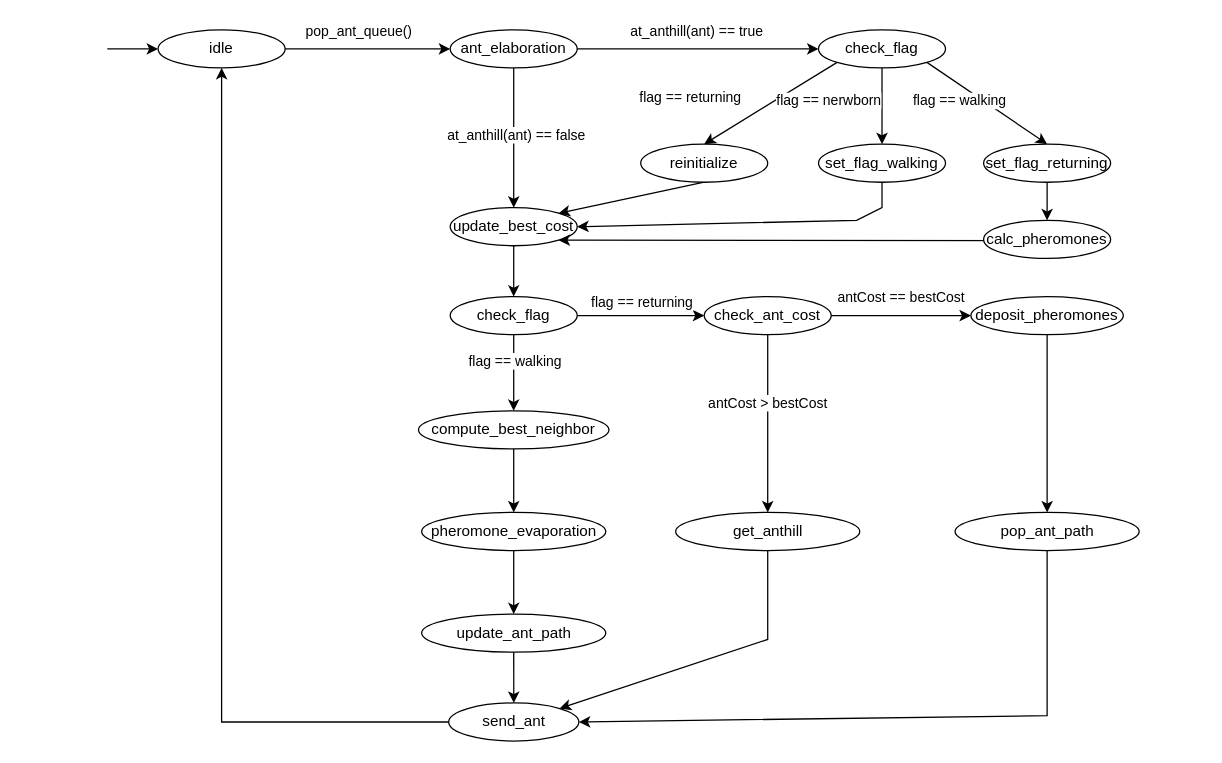
Before: page "ACO automata" (6 of 6) of Relazione/diagrams/sequence_diagrams.drawio in kr0bi/distributed-systems, a draw.io diagram. Source tidied: cells renumbered, new cells numbered last; positions are measured from the earlier drawing's top-left corner, leaving out a move shared by most shapes. Both pictures are drawn from the tidied source at 127%, with x=0, y=0 at pixel (107, 29).
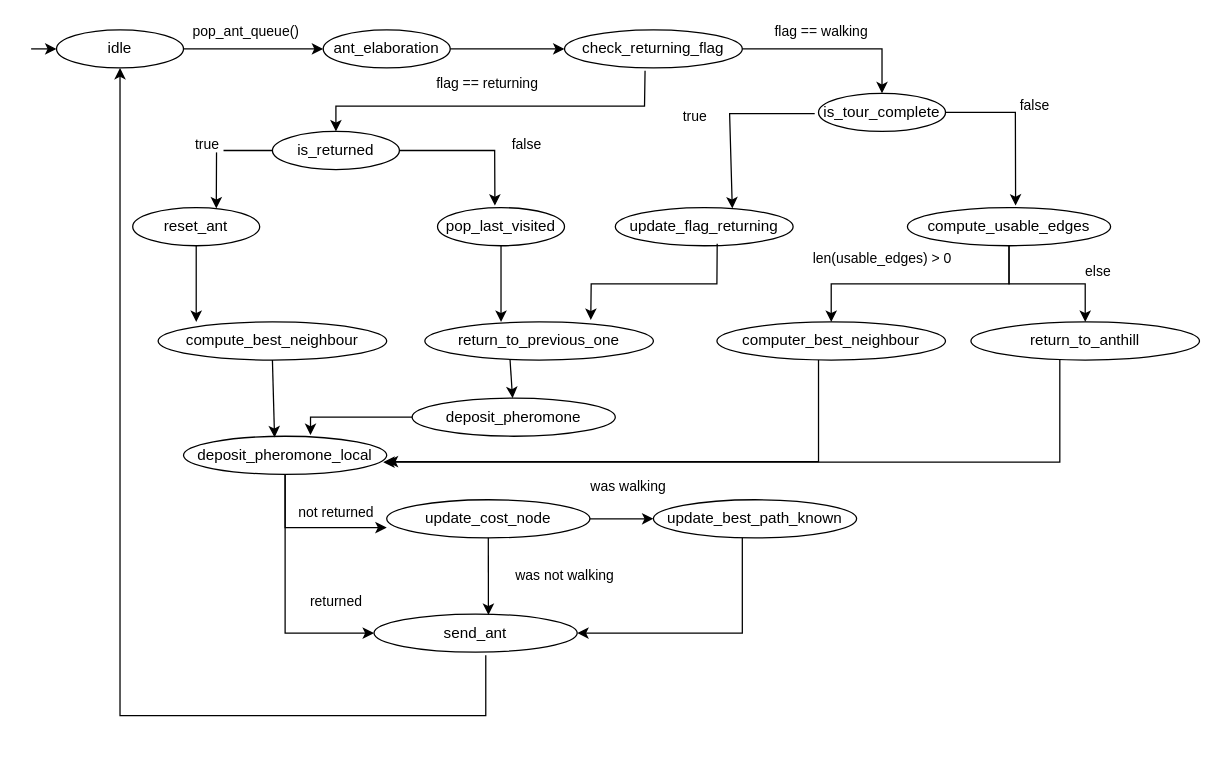
The same diagram, later.

Unchanged cells that the change refers to:
```xml
<mxCell id="6" style="endArrow=classic;html=1;rounded=0;exitX=1;exitY=0.5;exitDx=0;exitDy=0;entryX=0;entryY=0.5;entryDx=0;entryDy=0;" parent="1" edge="1" source="5" target="11">
  <mxGeometry relative="1" as="geometry" />
</mxCell>
```

Diff of the diagram source:
```diff
@@
     <mxCell id="2" value="idle" style="ellipse;whiteSpace=wrap;html=1;" parent="1" vertex="1">
-      <mxGeometry x="40" width="100" height="30" as="geometry" />
+      <mxGeometry x="-40" width="100" height="30" as="geometry" />
     </mxCell>
@@
     <mxCell id="5" value="ant_elaboration" style="ellipse;whiteSpace=wrap;html=1;" parent="1" vertex="1">
-      <mxGeometry x="270" width="100" height="30" as="geometry" />
+      <mxGeometry x="170" width="100" height="30" as="geometry" />
     </mxCell>
@@
-    <mxCell id="7" value="at_anthill(ant) == true" style="edgeLabel;html=1;align=center;verticalAlign=middle;" parent="6" vertex="1">
-      <mxGeometry x="0.41" y="-2" relative="1" as="geometry">
-        <mxPoint x="-41" y="-17" as="offset" />
-      </mxGeometry>
-    </mxCell>
-    <mxCell id="8" style="endArrow=classic;html=1;rounded=0;exitX=0.5;exitY=1;exitDx=0;exitDy=0;entryX=0.5;entryY=0;entryDx=0;entryDy=0;" parent="1" edge="1" source="5" target="10">
-      <mxGeometry relative="1" as="geometry" />
-    </mxCell>
-    <mxCell id="9" value="at_anthill(ant) == false" style="edgeLabel;html=1;align=center;verticalAlign=middle;" parent="8" vertex="1">
-      <mxGeometry x="-0.06" y="1" relative="1" as="geometry" />
-    </mxCell>
-    <mxCell id="10" value="update_best_cost" style="ellipse;whiteSpace=wrap;html=1;" parent="1" vertex="1">
-      <mxGeometry x="270" y="140" width="100" height="30" as="geometry" />
-    </mxCell>
-    <mxCell id="11" value="check_flag" style="ellipse;whiteSpace=wrap;html=1;" parent="1" vertex="1">
-      <mxGeometry x="560" width="100" height="30" as="geometry" />
+    <mxCell id="11" value="check_returning_flag" style="ellipse;whiteSpace=wrap;html=1;" parent="1" vertex="1">
+      <mxGeometry x="360" width="140" height="30" as="geometry" />
     </mxCell>
-    <mxCell id="12" style="endArrow=classic;html=1;rounded=0;entryX=1;entryY=0;entryDx=0;entryDy=0;exitX=0.5;exitY=1;exitDx=0;exitDy=0;" parent="1" edge="1" source="13" target="10">
-      <mxGeometry relative="1" as="geometry" />
+    <mxCell id="12" value="true&amp;nbsp;" style="endArrow=classic;html=1;rounded=0;entryX=0.658;entryY=0.021;entryDx=0;entryDy=0;exitX=0;exitY=0.5;exitDx=0;exitDy=0;entryPerimeter=0;" parent="1" edge="1" source="13" target="53">
+      <mxGeometry x="-0.02" y="-8" relative="1" as="geometry">
+        <Array as="points">
+          <mxPoint x="86" y="95" />
+        </Array>
+        <mxPoint x="2" y="-5" as="offset" />
+      </mxGeometry>
     </mxCell>
-    <mxCell id="13" value="reinitialize" style="ellipse;whiteSpace=wrap;html=1;" parent="1" vertex="1">
-      <mxGeometry x="420" y="90" width="100" height="30" as="geometry" />
+    <mxCell id="13" value="is_returned" style="ellipse;whiteSpace=wrap;html=1;" parent="1" vertex="1">
+      <mxGeometry x="130" y="80" width="100" height="30" as="geometry" />
     </mxCell>
-    <mxCell id="14" value="set_flag_walking" style="ellipse;whiteSpace=wrap;html=1;" parent="1" vertex="1">
-      <mxGeometry x="560" y="90" width="100" height="30" as="geometry" />
-    </mxCell>
-    <mxCell id="15" value="set_flag_returning" style="ellipse;whiteSpace=wrap;html=1;" parent="1" vertex="1">
-      <mxGeometry x="690" y="90" width="100" height="30" as="geometry" />
+    <mxCell id="15" value="is_tour_complete" style="ellipse;whiteSpace=wrap;html=1;" parent="1" vertex="1">
+      <mxGeometry x="560" y="50" width="100" height="30" as="geometry" />
     </mxCell>
-    <mxCell id="16" style="endArrow=classic;html=1;rounded=0;entryX=1;entryY=1;entryDx=0;entryDy=0;exitX=0;exitY=0.5;exitDx=0;exitDy=0;" parent="1" edge="1" source="50" target="10">
-      <mxGeometry relative="1" as="geometry">
-        <Array as="points">
-          <mxPoint x="740" y="166" />
-        </Array>
-      </mxGeometry>
-    </mxCell>
-    <mxCell id="17" style="endArrow=classic;html=1;rounded=0;entryX=1;entryY=0.5;entryDx=0;entryDy=0;exitX=0.5;exitY=1;exitDx=0;exitDy=0;" parent="1" edge="1" source="14" target="10">
-      <mxGeometry relative="1" as="geometry">
-        <Array as="points">
-          <mxPoint x="610" y="140" />
-          <mxPoint x="590" y="150" />
-        </Array>
-      </mxGeometry>
-    </mxCell>
-    <mxCell id="18" style="endArrow=classic;html=1;rounded=0;exitX=0.5;exitY=1;exitDx=0;exitDy=0;entryX=0.5;entryY=0;entryDx=0;entryDy=0;" parent="1" edge="1" source="10" target="19">
-      <mxGeometry relative="1" as="geometry" />
-    </mxCell>
-    <mxCell id="19" value="check_flag" style="ellipse;whiteSpace=wrap;html=1;" parent="1" vertex="1">
-      <mxGeometry x="270" y="210" width="100" height="30" as="geometry" />
-    </mxCell>
-    <mxCell id="20" style="endArrow=classic;html=1;rounded=0;exitX=1;exitY=0.5;exitDx=0;exitDy=0;entryX=0;entryY=0.5;entryDx=0;entryDy=0;" parent="1" edge="1" source="19" target="22">
-      <mxGeometry relative="1" as="geometry" />
-    </mxCell>
-    <mxCell id="21" value="flag == returning" style="edgeLabel;html=1;align=center;verticalAlign=middle;" parent="20" vertex="1">
-      <mxGeometry x="-0.07" y="-3" relative="1" as="geometry">
-        <mxPoint x="3" y="-14" as="offset" />
-      </mxGeometry>
-    </mxCell>
-    <mxCell id="22" value="check_ant_cost" style="ellipse;whiteSpace=wrap;html=1;" parent="1" vertex="1">
-      <mxGeometry x="470" y="210" width="100" height="30" as="geometry" />
-    </mxCell>
-    <mxCell id="23" style="endArrow=classic;html=1;rounded=0;exitX=0;exitY=1;exitDx=0;exitDy=0;entryX=0.5;entryY=0;entryDx=0;entryDy=0;" parent="1" edge="1" source="11" target="13">
-      <mxGeometry relative="1" as="geometry" />
+    <mxCell id="23" style="endArrow=classic;html=1;rounded=0;exitX=0.453;exitY=1.075;exitDx=0;exitDy=0;entryX=0.5;entryY=0;entryDx=0;entryDy=0;exitPerimeter=0;" parent="1" edge="1" source="11" target="13">
+      <mxGeometry relative="1" as="geometry">
+        <Array as="points">
+          <mxPoint x="423" y="60" />
+          <mxPoint x="180" y="60" />
+        </Array>
+      </mxGeometry>
     </mxCell>
     <mxCell id="24" value="flag == returning" style="edgeLabel;html=1;align=center;verticalAlign=middle;" parent="23" vertex="1">
       <mxGeometry x="0.41" y="-2" relative="1" as="geometry">
-        <mxPoint x="-41" y="-17" as="offset" />
+        <mxPoint x="53" y="-17" as="offset" />
       </mxGeometry>
     </mxCell>
-    <mxCell id="25" style="endArrow=classic;html=1;rounded=0;exitX=0.5;exitY=1;exitDx=0;exitDy=0;entryX=0.5;entryY=0;entryDx=0;entryDy=0;" parent="1" edge="1" source="11" target="14">
-      <mxGeometry relative="1" as="geometry" />
-    </mxCell>
-    <mxCell id="26" value="flag == nerwborn" style="edgeLabel;html=1;align=center;verticalAlign=middle;" parent="25" vertex="1">
-      <mxGeometry x="0.41" y="-2" relative="1" as="geometry">
-        <mxPoint x="-41" y="-17" as="offset" />
-      </mxGeometry>
-    </mxCell>
-    <mxCell id="27" style="endArrow=classic;html=1;rounded=0;exitX=1;exitY=1;exitDx=0;exitDy=0;entryX=0.5;entryY=0;entryDx=0;entryDy=0;" parent="1" edge="1" source="11" target="15">
-      <mxGeometry relative="1" as="geometry" />
+    <mxCell id="27" style="endArrow=classic;html=1;rounded=0;exitX=1;exitY=0.5;exitDx=0;exitDy=0;entryX=0.5;entryY=0;entryDx=0;entryDy=0;" parent="1" edge="1" source="11" target="15">
+      <mxGeometry relative="1" as="geometry">
+        <Array as="points">
+          <mxPoint x="610" y="15" />
+        </Array>
+      </mxGeometry>
     </mxCell>
@@
-    <mxCell id="29" style="endArrow=classic;html=1;rounded=0;entryX=0;entryY=0.5;entryDx=0;entryDy=0;exitX=1;exitY=0.5;exitDx=0;exitDy=0;" parent="1" edge="1" source="22" target="33">
-      <mxGeometry relative="1" as="geometry" />
-    </mxCell>
-    <mxCell id="30" value="antCost == bestCost" style="edgeLabel;html=1;align=center;verticalAlign=middle;" parent="29" vertex="1">
-      <mxGeometry x="-0.07" y="-3" relative="1" as="geometry">
-        <mxPoint x="3" y="-18" as="offset" />
-      </mxGeometry>
-    </mxCell>
-    <mxCell id="31" style="endArrow=classic;html=1;rounded=0;exitX=0.5;exitY=1;exitDx=0;exitDy=0;" parent="1" edge="1" source="22" target="45">
-      <mxGeometry relative="1" as="geometry" />
-    </mxCell>
-    <mxCell id="32" value="antCost &amp;gt; bestCost" style="edgeLabel;html=1;align=center;verticalAlign=middle;" parent="31" vertex="1">
-      <mxGeometry x="-0.25" y="-1" relative="1" as="geometry" />
-    </mxCell>
-    <mxCell id="33" value="deposit_pheromones" style="ellipse;whiteSpace=wrap;html=1;" parent="1" vertex="1">
-      <mxGeometry x="680" y="210" width="120" height="30" as="geometry" />
-    </mxCell>
-    <mxCell id="34" value="compute_best_neighbor" style="ellipse;whiteSpace=wrap;html=1;" parent="1" vertex="1">
-      <mxGeometry x="245" y="300" width="150" height="30" as="geometry" />
-    </mxCell>
-    <mxCell id="35" style="endArrow=classic;html=1;rounded=0;exitX=0.5;exitY=1;exitDx=0;exitDy=0;entryX=0.5;entryY=0;entryDx=0;entryDy=0;" parent="1" edge="1" source="19" target="34">
-      <mxGeometry relative="1" as="geometry" />
-    </mxCell>
-    <mxCell id="36" value="flag == walking" style="edgeLabel;html=1;align=center;verticalAlign=middle;" parent="35" vertex="1">
-      <mxGeometry x="-0.07" y="-3" relative="1" as="geometry">
-        <mxPoint x="3" y="-8" as="offset" />
-      </mxGeometry>
-    </mxCell>
-    <mxCell id="37" value="pheromone_evaporation" style="ellipse;whiteSpace=wrap;html=1;" parent="1" vertex="1">
-      <mxGeometry x="247.5" y="380" width="145" height="30" as="geometry" />
-    </mxCell>
-    <mxCell id="38" style="endArrow=classic;html=1;rounded=0;exitX=0.5;exitY=1;exitDx=0;exitDy=0;entryX=0.5;entryY=0;entryDx=0;entryDy=0;" parent="1" edge="1" source="34" target="37">
-      <mxGeometry relative="1" as="geometry" />
-    </mxCell>
-    <mxCell id="39" value="update_ant_path" style="ellipse;whiteSpace=wrap;html=1;" parent="1" vertex="1">
-      <mxGeometry x="247.5" y="460" width="145" height="30" as="geometry" />
-    </mxCell>
-    <mxCell id="40" style="endArrow=classic;html=1;rounded=0;exitX=0.5;exitY=1;exitDx=0;exitDy=0;entryX=0.5;entryY=0;entryDx=0;entryDy=0;" parent="1" edge="1" source="37" target="39">
-      <mxGeometry relative="1" as="geometry" />
-    </mxCell>
+    <mxCell id="43" style="endArrow=classic;html=1;rounded=0;exitX=0.55;exitY=1.083;exitDx=0;exitDy=0;entryX=0.5;entryY=1;entryDx=0;entryDy=0;exitPerimeter=0;" parent="1" edge="1" source="41" target="2">
+      <mxGeometry relative="1" as="geometry">
+        <Array as="points">
+          <mxPoint x="298" y="540" />
+          <mxPoint x="10" y="540" />
+        </Array>
+      </mxGeometry>
+    </mxCell>
+    <mxCell id="49" style="endArrow=classic;html=1;rounded=0;entryX=0;entryY=0.5;entryDx=0;entryDy=0;" parent="1" edge="1" target="2">
+      <mxGeometry relative="1" as="geometry">
+        <mxPoint x="-60" y="15" as="sourcePoint" />
+      </mxGeometry>
+    </mxCell>
+    <mxCell id="52" value="false" style="endArrow=classic;html=1;rounded=0;entryX=0.452;entryY=-0.053;entryDx=0;entryDy=0;entryPerimeter=0;exitX=1;exitY=0.5;exitDx=0;exitDy=0;" parent="1" edge="1" source="13" target="55">
+      <mxGeometry x="0.27" y="25" relative="1" as="geometry">
+        <Array as="points">
+          <mxPoint x="305" y="95" />
+        </Array>
+        <mxPoint y="-5" as="offset" />
+      </mxGeometry>
+    </mxCell>
+    <mxCell id="53" value="reset_ant" style="ellipse;whiteSpace=wrap;html=1;" parent="1" vertex="1">
+      <mxGeometry x="20" y="140" width="100" height="30" as="geometry" />
+    </mxCell>
+    <mxCell id="54" value="compute_best_neighbour" style="ellipse;whiteSpace=wrap;html=1;" parent="1" vertex="1">
+      <mxGeometry x="40" y="230" width="180" height="30" as="geometry" />
+    </mxCell>
+    <mxCell id="55" value="pop_last_visited" style="ellipse;whiteSpace=wrap;html=1;" parent="1" vertex="1">
+      <mxGeometry x="260" y="140" width="100" height="30" as="geometry" />
+    </mxCell>
+    <mxCell id="56" value="deposit_pheromone" style="ellipse;whiteSpace=wrap;html=1;" parent="1" vertex="1">
+      <mxGeometry x="240" y="290" width="160" height="30" as="geometry" />
+    </mxCell>
+    <mxCell id="57" value="not returned" style="edgeStyle=orthogonalEdgeStyle;rounded=0;jettySize=auto;html=1;entryX=0;entryY=0.73;entryDx=0;entryDy=0;entryPerimeter=0;" parent="1" edge="1" source="59" target="67">
+      <mxGeometry x="0.34" y="12" relative="1" as="geometry" />
+    </mxCell>
+    <mxCell id="58" value="returned" style="edgeStyle=orthogonalEdgeStyle;rounded=0;jettySize=auto;html=1;entryX=0;entryY=0.5;entryDx=0;entryDy=0;" parent="1" edge="1" source="59" target="41">
+      <mxGeometry x="0.69" y="25" relative="1" as="geometry" />
+    </mxCell>
+    <mxCell id="59" value="deposit_pheromone_local" style="ellipse;whiteSpace=wrap;html=1;" parent="1" vertex="1">
+      <mxGeometry x="60" y="320" width="160" height="30" as="geometry" />
+    </mxCell>
     <mxCell id="41" value="send_ant" style="ellipse;whiteSpace=wrap;html=1;" parent="1" vertex="1">
-      <mxGeometry x="268.8" y="530" width="102.5" height="30" as="geometry" />
+      <mxGeometry x="210" y="460" width="160" height="30" as="geometry" />
     </mxCell>
-    <mxCell id="42" style="endArrow=classic;html=1;rounded=0;exitX=0.5;exitY=1;exitDx=0;exitDy=0;entryX=0.5;entryY=0;entryDx=0;entryDy=0;" parent="1" edge="1" source="39" target="41">
-      <mxGeometry relative="1" as="geometry" />
-    </mxCell>
-    <mxCell id="43" style="endArrow=classic;html=1;rounded=0;exitX=0;exitY=0.5;exitDx=0;exitDy=0;entryX=0.5;entryY=1;entryDx=0;entryDy=0;" parent="1" edge="1" source="41" target="2">
-      <mxGeometry relative="1" as="geometry">
-        <Array as="points">
-          <mxPoint x="90" y="545" />
-        </Array>
-      </mxGeometry>
-    </mxCell>
-    <mxCell id="44" style="endArrow=classic;html=1;rounded=0;exitX=0.5;exitY=1;exitDx=0;exitDy=0;entryX=0.5;entryY=0;entryDx=0;entryDy=0;" parent="1" edge="1" source="33" target="46">
-      <mxGeometry relative="1" as="geometry" />
-    </mxCell>
-    <mxCell id="45" value="get_anthill" style="ellipse;whiteSpace=wrap;html=1;" parent="1" vertex="1">
-      <mxGeometry x="447.5" y="380" width="145" height="30" as="geometry" />
-    </mxCell>
-    <mxCell id="46" value="pop_ant_path" style="ellipse;whiteSpace=wrap;html=1;" parent="1" vertex="1">
-      <mxGeometry x="667.5" y="380" width="145" height="30" as="geometry" />
-    </mxCell>
-    <mxCell id="47" style="endArrow=classic;html=1;rounded=0;exitX=0.5;exitY=1;exitDx=0;exitDy=0;entryX=1;entryY=0;entryDx=0;entryDy=0;" parent="1" edge="1" source="45" target="41">
-      <mxGeometry relative="1" as="geometry">
-        <Array as="points">
-          <mxPoint x="520" y="480" />
-        </Array>
-      </mxGeometry>
-    </mxCell>
-    <mxCell id="48" style="endArrow=classic;html=1;rounded=0;exitX=0.5;exitY=1;exitDx=0;exitDy=0;entryX=1;entryY=0.5;entryDx=0;entryDy=0;" parent="1" edge="1" source="46" target="41">
-      <mxGeometry relative="1" as="geometry">
-        <Array as="points">
-          <mxPoint x="740" y="540" />
-        </Array>
-      </mxGeometry>
-    </mxCell>
-    <mxCell id="49" style="endArrow=classic;html=1;rounded=0;entryX=0;entryY=0.5;entryDx=0;entryDy=0;" parent="1" edge="1" target="2">
-      <mxGeometry relative="1" as="geometry">
-        <mxPoint y="15" as="sourcePoint" />
-      </mxGeometry>
-    </mxCell>
-    <mxCell id="50" value="calc_pheromones" style="ellipse;whiteSpace=wrap;html=1;" parent="1" vertex="1">
-      <mxGeometry x="690" y="150" width="100" height="30" as="geometry" />
-    </mxCell>
-    <mxCell id="51" style="endArrow=classic;html=1;rounded=0;exitX=0.5;exitY=1;exitDx=0;exitDy=0;entryX=0.5;entryY=0;entryDx=0;entryDy=0;" parent="1" edge="1" source="15" target="50">
-      <mxGeometry relative="1" as="geometry" />
-    </mxCell>
+    <mxCell id="60" style="endArrow=classic;html=1;rounded=0;entryX=0.5;entryY=0;entryDx=0;entryDy=0;" parent="1" edge="1" source="53">
+      <mxGeometry relative="1" as="geometry">
+        <mxPoint x="70" y="230" as="targetPoint" />
+      </mxGeometry>
+    </mxCell>
+    <mxCell id="61" style="endArrow=classic;html=1;rounded=0;exitX=0.5;exitY=1;exitDx=0;exitDy=0;entryX=0.448;entryY=0.031;entryDx=0;entryDy=0;entryPerimeter=0;" parent="1" edge="1" source="54" target="59">
+      <mxGeometry relative="1" as="geometry" />
+    </mxCell>
+    <mxCell id="62" style="endArrow=classic;html=1;rounded=0;exitX=0.5;exitY=1;exitDx=0;exitDy=0;" parent="1" edge="1" source="55">
+      <mxGeometry relative="1" as="geometry">
+        <mxPoint x="310" y="230" as="targetPoint" />
+      </mxGeometry>
+    </mxCell>
+    <mxCell id="63" style="endArrow=classic;html=1;rounded=0;exitX=0.539;exitY=0.941;exitDx=0;exitDy=0;exitPerimeter=0;" parent="1" edge="1">
+      <mxGeometry relative="1" as="geometry">
+        <mxPoint x="317" y="258.2" as="sourcePoint" />
+        <mxPoint x="319.1" y="290" as="targetPoint" />
+      </mxGeometry>
+    </mxCell>
+    <mxCell id="64" value="return_to_previous_one" style="ellipse;whiteSpace=wrap;html=1;" parent="1" vertex="1">
+      <mxGeometry x="250" y="230" width="180" height="30" as="geometry" />
+    </mxCell>
+    <mxCell id="65" style="endArrow=classic;html=1;rounded=0;exitX=0;exitY=0.5;exitDx=0;exitDy=0;entryX=0.625;entryY=-0.031;entryDx=0;entryDy=0;entryPerimeter=0;" parent="1" edge="1" target="59">
+      <mxGeometry relative="1" as="geometry">
+        <mxPoint x="240" y="305" as="sourcePoint" />
+        <Array as="points">
+          <mxPoint x="160" y="305" />
+        </Array>
+      </mxGeometry>
+    </mxCell>
+    <mxCell id="66" value="was walking" style="edgeStyle=orthogonalEdgeStyle;rounded=0;jettySize=auto;html=1;" parent="1" edge="1" source="67" target="77">
+      <mxGeometry x="0.2" y="25" relative="1" as="geometry" />
+    </mxCell>
+    <mxCell id="67" value="update_cost_node" style="ellipse;whiteSpace=wrap;html=1;" parent="1" vertex="1">
+      <mxGeometry x="220" y="370" width="160" height="30" as="geometry" />
+    </mxCell>
+    <mxCell id="68" value="was not walking" style="endArrow=classic;html=1;rounded=0;entryX=0.563;entryY=0.025;entryDx=0;entryDy=0;entryPerimeter=0;exitX=0.5;exitY=1;exitDx=0;exitDy=0;" parent="1" edge="1" source="67" target="41">
+      <mxGeometry x="-0.01" y="60" relative="1" as="geometry" />
+    </mxCell>
+    <mxCell id="69" value="true&amp;nbsp;" style="endArrow=classic;html=1;rounded=0;entryX=0.658;entryY=0.021;entryDx=0;entryDy=0;exitX=-0.03;exitY=0.53;exitDx=0;exitDy=0;entryPerimeter=0;exitPerimeter=0;" parent="1" edge="1" source="15" target="71">
+      <mxGeometry x="-0.04" y="-26" relative="1" as="geometry">
+        <Array as="points">
+          <mxPoint x="490" y="66" />
+        </Array>
+      </mxGeometry>
+    </mxCell>
+    <mxCell id="70" value="false" style="endArrow=classic;html=1;rounded=0;entryX=0.452;entryY=-0.053;entryDx=0;entryDy=0;entryPerimeter=0;exitX=1;exitY=0.5;exitDx=0;exitDy=0;" parent="1" edge="1" source="15">
+      <mxGeometry x="-0.14" y="16" relative="1" as="geometry">
+        <mxPoint x="715.2" y="138.4" as="targetPoint" />
+        <Array as="points">
+          <mxPoint x="715" y="65" />
+        </Array>
+        <mxPoint x="-1" y="-5" as="offset" />
+      </mxGeometry>
+    </mxCell>
+    <mxCell id="71" value="update_flag_returning" style="ellipse;whiteSpace=wrap;html=1;" parent="1" vertex="1">
+      <mxGeometry x="400" y="140" width="140" height="30" as="geometry" />
+    </mxCell>
+    <mxCell id="72" style="endArrow=classic;html=1;rounded=0;entryX=0.726;entryY=-0.053;entryDx=0;entryDy=0;entryPerimeter=0;exitX=0.573;exitY=0.947;exitDx=0;exitDy=0;exitPerimeter=0;" parent="1" edge="1" source="71" target="64">
+      <mxGeometry relative="1" as="geometry">
+        <Array as="points">
+          <mxPoint x="480" y="200" />
+          <mxPoint x="381" y="200" />
+        </Array>
+      </mxGeometry>
+    </mxCell>
+    <mxCell id="73" value="else" style="edgeStyle=orthogonalEdgeStyle;rounded=0;jettySize=auto;html=1;" parent="1" edge="1" source="75" target="79">
+      <mxGeometry x="0.5" y="14" relative="1" as="geometry">
+        <mxPoint x="-4" y="-10" as="offset" />
+      </mxGeometry>
+    </mxCell>
+    <mxCell id="74" value="len(usable_edges) &amp;gt; 0" style="edgeStyle=orthogonalEdgeStyle;rounded=0;jettySize=auto;html=1;" parent="1" edge="1" source="75" target="81">
+      <mxGeometry x="0.3" y="-20" relative="1" as="geometry" />
+    </mxCell>
+    <mxCell id="75" value="compute_usable_edges" style="ellipse;whiteSpace=wrap;html=1;" parent="1" vertex="1">
+      <mxGeometry x="630" y="140" width="160" height="30" as="geometry" />
+    </mxCell>
+    <mxCell id="76" style="edgeStyle=orthogonalEdgeStyle;rounded=0;jettySize=auto;html=1;" parent="1" edge="1" source="77" target="41">
+      <mxGeometry relative="1" as="geometry">
+        <Array as="points">
+          <mxPoint x="500" y="475" />
+        </Array>
+      </mxGeometry>
+    </mxCell>
+    <mxCell id="77" value="update_best_path_known" style="ellipse;whiteSpace=wrap;html=1;" parent="1" vertex="1">
+      <mxGeometry x="430" y="370" width="160" height="30" as="geometry" />
+    </mxCell>
+    <mxCell id="78" style="edgeStyle=orthogonalEdgeStyle;rounded=0;jettySize=auto;html=1;entryX=0.983;entryY=0.681;entryDx=0;entryDy=0;entryPerimeter=0;" parent="1" edge="1" source="79" target="59">
+      <mxGeometry relative="1" as="geometry">
+        <Array as="points">
+          <mxPoint x="750" y="340" />
+        </Array>
+      </mxGeometry>
+    </mxCell>
+    <mxCell id="79" value="return_to_anthill" style="ellipse;whiteSpace=wrap;html=1;" parent="1" vertex="1">
+      <mxGeometry x="680" y="230" width="180" height="30" as="geometry" />
+    </mxCell>
+    <mxCell id="80" style="edgeStyle=orthogonalEdgeStyle;rounded=0;jettySize=auto;html=1;entryX=1;entryY=0.667;entryDx=0;entryDy=0;entryPerimeter=0;" parent="1" edge="1" source="81" target="59">
+      <mxGeometry relative="1" as="geometry">
+        <Array as="points">
+          <mxPoint x="560" y="340" />
+        </Array>
+      </mxGeometry>
+    </mxCell>
+    <mxCell id="81" value="computer_best_neighbour" style="ellipse;whiteSpace=wrap;html=1;" parent="1" vertex="1">
+      <mxGeometry x="480" y="230" width="180" height="30" as="geometry" />
+    </mxCell>
```
